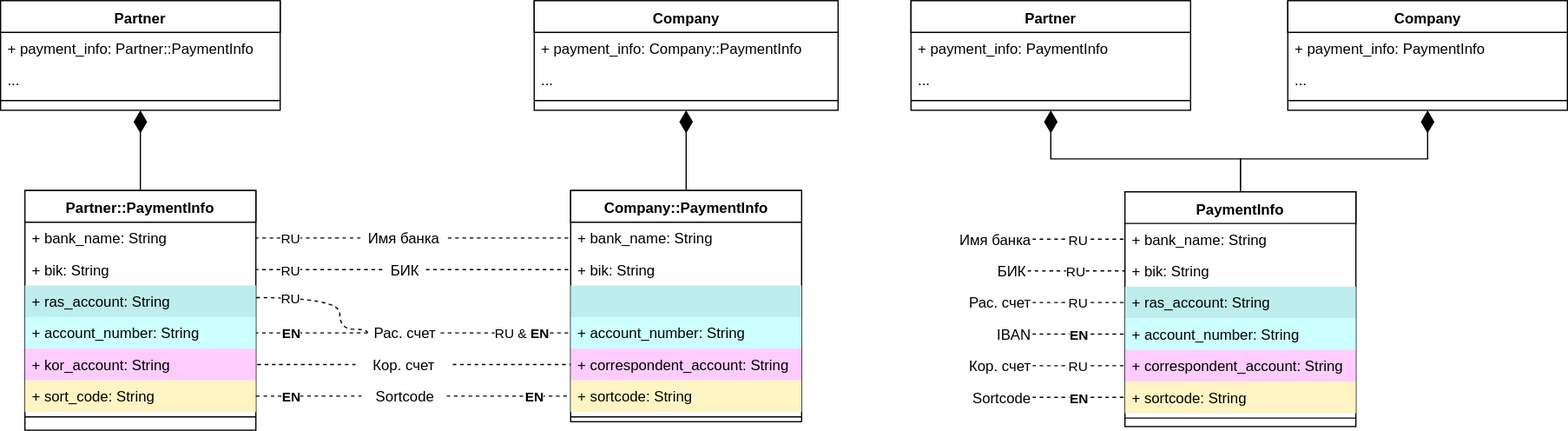
The draw.io diagram payment-info.svg in ajile/draw-io, before a commit. Source tidied: cells renumbered, new cells last; positions are measured from the earlier drawing's top-left corner, leaving out a move shared by most shapes.
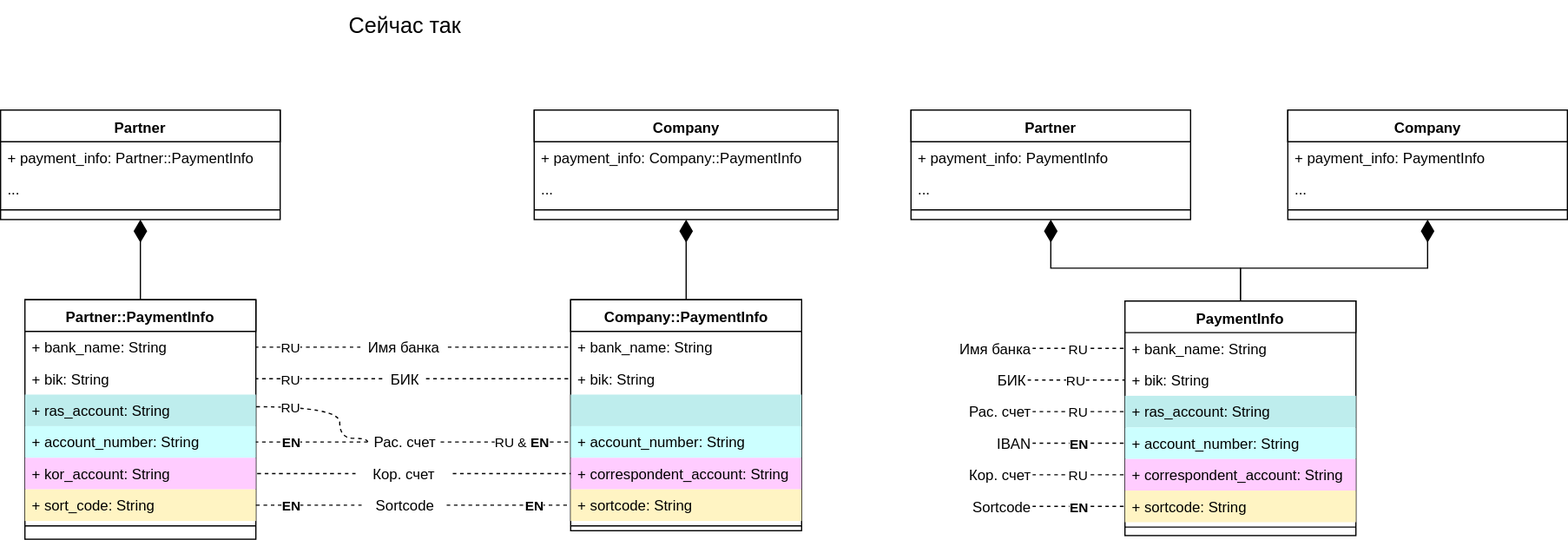
Later version of the same file.

What changed in the source:
```diff
@@ -233,5 +233,8 @@
     <mxCell id="73" value="Sortcode" style="text;html=1;strokeColor=none;fillColor=none;align=center;verticalAlign=middle;whiteSpace=wrap;" parent="1" vertex="1">
       <mxGeometry x="297" y="315" width="70" height="20" as="geometry" />
     </mxCell>
+    <mxCell id="74" value="Сейчас так" style="text;html=1;strokeColor=none;fillColor=none;align=center;verticalAlign=middle;whiteSpace=wrap;fontSize=18;" parent="1" vertex="1">
+      <mxGeometry x="245" y="-90" width="174" height="40" as="geometry" />
+    </mxCell>
   </root>
 </mxGraphModel>
```
